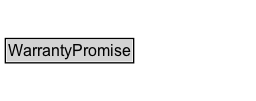
k-vaughn/ontology-import-gr keeps this Graphviz diagram as docs/diagrams/WarrantyPromise.dot.png. Above is the earlier version. Its source is kept beside it as docs/diagrams/WarrantyPromise.dot.
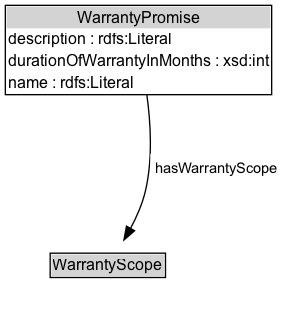
The same file after the commit.

Change to the diagram source:
```diff
@@ -2,12 +2,20 @@
 	graph [overlap=false rankdir=TB splines=true]
 	node [fontname=Arial fontsize=12 margin=0 shape=none]
 	edge [fontname=Arial fontsize=11]
-	WarrantyPromise [label=<<TABLE BORDER="1" CELLBORDER="0" CELLSPACING="0" CELLPADDING="1"><TR><TD BGCOLOR="lightgray" ALIGN="CENTER">WarrantyPromise</TD></TR></TABLE>> URL="../WarrantyPromise" margin=0]
+	{
+		rank=source
+	}
+	WarrantyPromise [label=<<TABLE BORDER="1" CELLBORDER="0" CELLSPACING="0" CELLPADDING="1"><TR><TD BGCOLOR="lightgray" ALIGN="CENTER">WarrantyPromise</TD></TR><TR><TD ALIGN="LEFT">description : rdfs:Literal</TD></TR><TR><TD ALIGN="LEFT">durationOfWarrantyInMonths : xsd:int</TD></TR><TR><TD ALIGN="LEFT">name : rdfs:Literal</TD></TR></TABLE>> URL="../WarrantyPromise" margin=0]
 	{
 		rank=max
 	}
 	subgraph cluster_associated {
 		label="" style=invis
 		Invis [label=<<TABLE BORDER="0" CELLBORDER="0" CELLSPACING="0" CELLPADDING="1"><TR><TD></TD></TR></TABLE>> margin=0 style=invis]
+		WarrantyScope [label=<<TABLE BORDER="1" CELLBORDER="0" CELLSPACING="0" CELLPADDING="1"><TR><TD BGCOLOR="lightgray" ALIGN="CENTER">WarrantyScope</TD></TR></TABLE>> URL="../WarrantyScope" margin=0]
 	}
+	WarrantyPromise -> Invis [style=invis]
+	Invis -> WarrantyScope [style=invis]
+	WarrantyScope [label=<<TABLE BORDER="1" CELLBORDER="0" CELLSPACING="0" CELLPADDING="1"><TR><TD BGCOLOR="lightgray" ALIGN="CENTER">WarrantyScope</TD></TR></TABLE>> URL="../WarrantyScope" margin=0]
+	WarrantyPromise -> WarrantyScope [label=<<TABLE BORDER="0" CELLBORDER="0" CELLSPACING="0" CELLPADDING="4" BGCOLOR="white"><TR><TD ALIGN="CENTER">hasWarrantyScope</TD></TR></TABLE>> arrowhead=normal style=solid]
 }
```
